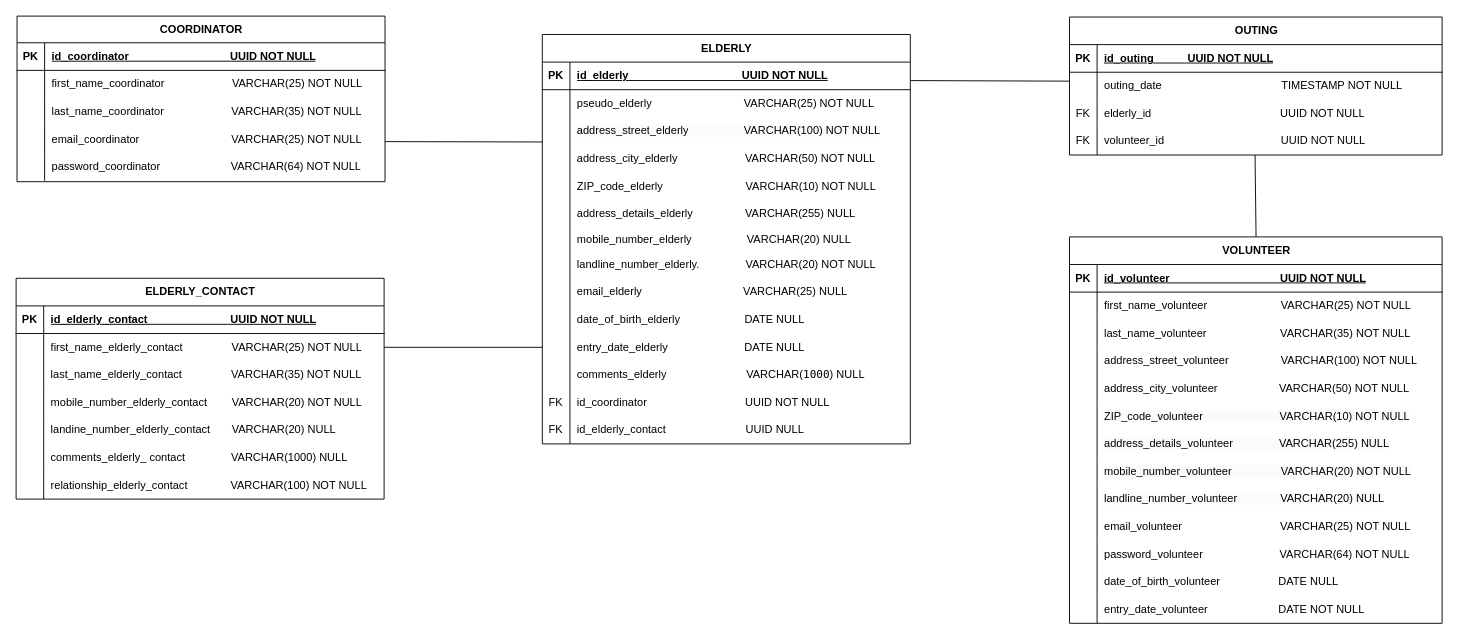
This is page "MPD_MaE" (3 of 4) of MCD_MaE.drawio from AnneGicquel/MCD_Marche_avec_Eliane, a draw.io file, before an edit. Source tidied: cells renumbered, new cells numbered last; positions are measured from the earlier drawing's top-left corner, leaving out a move shared by most shapes. Both pictures are drawn from the tidied source at 92%, with x=0, y=0 at pixel (16, 16).
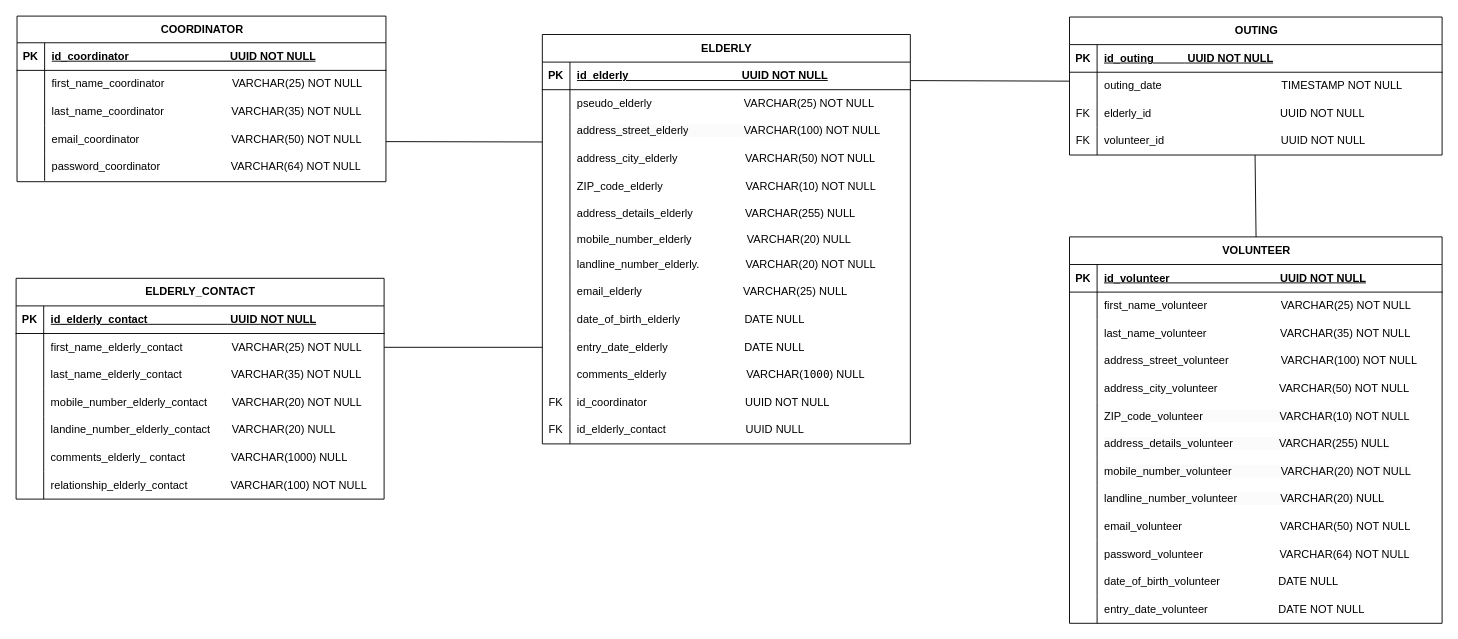
The same page after the edit.

Commit message:
Mettre à jour MCD_MaE.drawio

Unchanged cells that the change refers to:
```xml
<mxCell id="131" style="shape=tableRow;horizontal=0;startSize=0;swimlaneHead=0;swimlaneBody=0;fillColor=none;top=0;left=0;right=0;bottom=0;" parent="103" vertex="1">
  <mxGeometry y="300" width="405" height="30" as="geometry" />
</mxCell>
```

Change to the diagram source:
```diff
@@
     <mxCell id="21" value="COORDINATOR" style="shape=table;startSize=29;childLayout=tableLayout;rowLines=0;fontStyle=1;align=center;html=1;" parent="1" vertex="1">
-      <mxGeometry x="1" width="400" height="180" as="geometry" />
+      <mxGeometry x="1" width="401" height="180" as="geometry" />
     </mxCell>
     <mxCell id="22" style="shape=tableRow;horizontal=0;startSize=0;swimlaneHead=0;swimlaneBody=0;fillColor=none;top=0;left=0;right=0;bottom=1;" parent="21" vertex="1">
-      <mxGeometry y="29" width="400" height="30" as="geometry" />
+      <mxGeometry y="29" width="401" height="30" as="geometry" />
     </mxCell>
@@
     <mxCell id="24" value="id_coordinator&amp;nbsp; &amp;nbsp; &amp;nbsp; &amp;nbsp; &amp;nbsp; &amp;nbsp; &amp;nbsp; &amp;nbsp; &amp;nbsp; &amp;nbsp; &amp;nbsp; &amp;nbsp; &amp;nbsp; &amp;nbsp; &amp;nbsp; &amp;nbsp; &amp;nbsp;UUID NOT NULL" style="shape=partialRectangle;fillColor=none;top=0;left=0;bottom=0;right=0;align=left;spacingLeft=6;fontStyle=5;overflow=hidden;whiteSpace=wrap;html=1;" parent="22" vertex="1">
-      <mxGeometry x="30" width="370" height="30" as="geometry" />
+      <mxGeometry x="30" width="371" height="30" as="geometry" />
     </mxCell>
     <mxCell id="25" style="shape=tableRow;horizontal=0;startSize=0;swimlaneHead=0;swimlaneBody=0;fillColor=none;top=0;left=0;right=0;bottom=0;" parent="21" vertex="1">
-      <mxGeometry y="59" width="400" height="30" as="geometry" />
+      <mxGeometry y="59" width="401" height="30" as="geometry" />
     </mxCell>
@@
     <mxCell id="27" value="&lt;span style=&quot;white-space-collapse: preserve;&quot;&gt;first_name_coordinator                      VARCHAR(25) NOT NULL&lt;/span&gt;" style="shape=partialRectangle;fillColor=none;top=0;left=0;bottom=0;right=0;align=left;spacingLeft=6;overflow=hidden;whiteSpace=wrap;html=1;" parent="25" vertex="1">
-      <mxGeometry x="30" width="370" height="30" as="geometry" />
+      <mxGeometry x="30" width="371" height="30" as="geometry" />
     </mxCell>
     <mxCell id="28" style="shape=tableRow;horizontal=0;startSize=0;swimlaneHead=0;swimlaneBody=0;fillColor=none;top=0;left=0;right=0;bottom=0;" parent="21" vertex="1">
-      <mxGeometry y="89" width="400" height="30" as="geometry" />
+      <mxGeometry y="89" width="401" height="30" as="geometry" />
     </mxCell>
@@
     <mxCell id="30" value="&lt;span style=&quot;white-space-collapse: preserve;&quot;&gt;last_name_&lt;/span&gt;&lt;span style=&quot;white-space-collapse: preserve;&quot;&gt;coordinator                     &lt;/span&gt;&lt;span style=&quot;white-space-collapse: preserve;&quot;&gt; &lt;/span&gt;&lt;span style=&quot;white-space-collapse: preserve;&quot;&gt;VARCHAR(35) NOT NULL&lt;/span&gt;" style="shape=partialRectangle;fillColor=none;top=0;left=0;bottom=0;right=0;align=left;spacingLeft=6;overflow=hidden;whiteSpace=wrap;html=1;" parent="28" vertex="1">
-      <mxGeometry x="30" width="370" height="30" as="geometry" />
+      <mxGeometry x="30" width="371" height="30" as="geometry" />
     </mxCell>
     <mxCell id="31" style="shape=tableRow;horizontal=0;startSize=0;swimlaneHead=0;swimlaneBody=0;fillColor=none;points=[[0,0.5],[1,0.5]];portConstraint=eastwest;top=0;left=0;right=0;bottom=0;" parent="21" vertex="1">
-      <mxGeometry y="119" width="400" height="30" as="geometry" />
+      <mxGeometry y="119" width="401" height="30" as="geometry" />
     </mxCell>
@@
-    <mxCell id="33" value="&lt;span style=&quot;white-space-collapse: preserve;&quot;&gt;email_&lt;/span&gt;&lt;span style=&quot;white-space-collapse: preserve;&quot;&gt;coordinator &lt;/span&gt;&lt;span style=&quot;white-space-collapse: preserve;&quot;&gt;                             &lt;/span&gt;&lt;span style=&quot;white-space-collapse: preserve;&quot;&gt;VARCHAR(25) NOT NULL&lt;/span&gt;" style="shape=partialRectangle;fillColor=none;top=0;left=0;bottom=0;right=0;align=left;spacingLeft=6;overflow=hidden;whiteSpace=wrap;html=1;" parent="31" vertex="1">
-      <mxGeometry x="30" width="370" height="30" as="geometry" />
+    <mxCell id="33" value="&lt;span style=&quot;white-space-collapse: preserve;&quot;&gt;email_&lt;/span&gt;&lt;span style=&quot;white-space-collapse: preserve;&quot;&gt;coordinator &lt;/span&gt;&lt;span style=&quot;white-space-collapse: preserve;&quot;&gt;                             &lt;/span&gt;&lt;span style=&quot;white-space-collapse: preserve;&quot;&gt;VARCHAR(50) NOT NULL&lt;/span&gt;" style="shape=partialRectangle;fillColor=none;top=0;left=0;bottom=0;right=0;align=left;spacingLeft=6;overflow=hidden;whiteSpace=wrap;html=1;" parent="31" vertex="1">
+      <mxGeometry x="30" width="371" height="30" as="geometry" />
     </mxCell>
     <mxCell id="34" style="shape=tableRow;horizontal=0;startSize=0;swimlaneHead=0;swimlaneBody=0;fillColor=none;top=0;left=0;right=0;bottom=0;" parent="21" vertex="1">
-      <mxGeometry y="149" width="400" height="30" as="geometry" />
+      <mxGeometry y="149" width="401" height="30" as="geometry" />
     </mxCell>
@@
     <mxCell id="36" value="&lt;span style=&quot;color: rgb(0, 0, 0); font-family: Helvetica; font-size: 12px; font-style: normal; font-variant-ligatures: normal; font-variant-caps: normal; font-weight: 400; letter-spacing: normal; orphans: 2; text-align: left; text-indent: 0px; text-transform: none; widows: 2; word-spacing: 0px; -webkit-text-stroke-width: 0px; white-space: pre-wrap; background-color: rgb(251, 251, 251); text-decoration-thickness: initial; text-decoration-style: initial; text-decoration-color: initial; display: inline !important; float: none;&quot;&gt;password_&lt;/span&gt;&lt;span style=&quot;white-space-collapse: preserve;&quot;&gt;coordinator                      &lt;/span&gt;&lt;span style=&quot;white-space-collapse: preserve;&quot;&gt; &lt;/span&gt;&lt;span style=&quot;white-space-collapse: preserve;&quot;&gt;VARCHAR(64) NOT NULL&lt;/span&gt;" style="shape=partialRectangle;fillColor=none;top=0;left=0;bottom=0;right=0;align=left;spacingLeft=6;overflow=hidden;whiteSpace=wrap;html=1;" parent="34" vertex="1">
-      <mxGeometry x="30" width="370" height="30" as="geometry" />
+      <mxGeometry x="30" width="371" height="30" as="geometry" />
     </mxCell>
@@
-    <mxCell id="133" value="&lt;span style=&quot;white-space-collapse: preserve;&quot;&gt;email_&lt;/span&gt;volunteer&amp;nbsp; &amp;nbsp; &amp;nbsp; &amp;nbsp; &amp;nbsp; &amp;nbsp; &amp;nbsp; &amp;nbsp; &amp;nbsp; &amp;nbsp; &amp;nbsp; &amp;nbsp; &amp;nbsp; &amp;nbsp; &amp;nbsp; &amp;nbsp; VARCHAR(25) NOT NULL" style="shape=partialRectangle;fillColor=none;top=0;left=0;bottom=0;right=0;align=left;spacingLeft=6;overflow=hidden;whiteSpace=wrap;html=1;" parent="131" vertex="1">
+    <mxCell id="133" value="&lt;span style=&quot;white-space-collapse: preserve;&quot;&gt;email_&lt;/span&gt;volunteer&amp;nbsp; &amp;nbsp; &amp;nbsp; &amp;nbsp; &amp;nbsp; &amp;nbsp; &amp;nbsp; &amp;nbsp; &amp;nbsp; &amp;nbsp; &amp;nbsp; &amp;nbsp; &amp;nbsp; &amp;nbsp; &amp;nbsp; &amp;nbsp; VARCHAR(&lt;span style=&quot;white-space-collapse: preserve;&quot;&gt;50&lt;/span&gt;) NOT NULL" style="shape=partialRectangle;fillColor=none;top=0;left=0;bottom=0;right=0;align=left;spacingLeft=6;overflow=hidden;whiteSpace=wrap;html=1;" parent="131" vertex="1">
       <mxGeometry x="30" width="375" height="30" as="geometry" />
     </mxCell>
```
